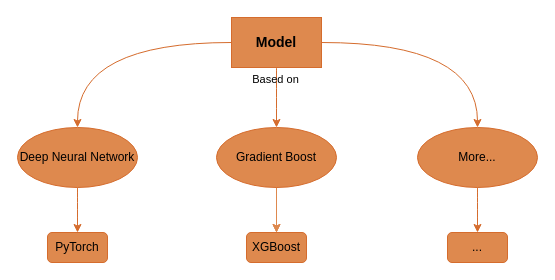
This is Draw.io/Team-10 Models based on DL and XGBoost.drawio from kang-theo/Storage, a draw.io file, before an edit. Source tidied: cells renumbered, new cells numbered last; positions are measured from the earlier drawing's top-left corner, leaving out a move shared by most shapes. Both pictures are drawn from the tidied source at 100%, with x=0, y=0 at pixel (17, 17).
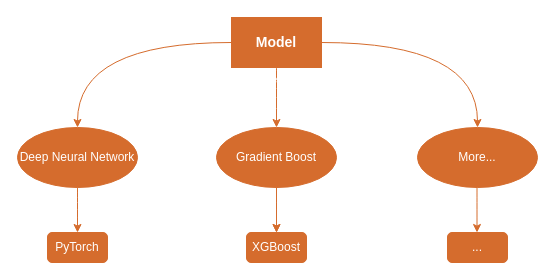
The same page after the edit.

Diff of the diagram source:
```diff
@@
 <mxGraphModel>
   <root>
     <mxCell id="0" />
     <mxCell id="1" parent="0" />
-    <mxCell id="2" style="edgeStyle=orthogonalEdgeStyle;rounded=0;jettySize=auto;html=1;fillColor=#De894E;strokeColor=#D56C2D;curved=1;" parent="1" edge="1" source="5" target="7">
+    <mxCell id="2" style="edgeStyle=orthogonalEdgeStyle;rounded=0;jettySize=auto;html=1;fillColor=#De894E;strokeColor=#D56C2D;curved=1;exitX=0;exitY=0.5;exitDx=0;exitDy=0;fontColor=#FFFFFF;" parent="1" edge="1" source="5" target="7">
       <mxGeometry relative="1" as="geometry" />
     </mxCell>
-    <mxCell id="3" style="edgeStyle=orthogonalEdgeStyle;rounded=0;jettySize=auto;html=1;fillColor=#De894E;strokeColor=#D56C2D;curved=1;" parent="1" edge="1" source="5" target="10">
+    <mxCell id="3" style="edgeStyle=orthogonalEdgeStyle;rounded=0;jettySize=auto;html=1;fillColor=#De894E;strokeColor=#D56C2D;curved=1;exitX=0.5;exitY=1;exitDx=0;exitDy=0;fontColor=#FFFFFF;" parent="1" edge="1" source="5" target="10">
       <mxGeometry relative="1" as="geometry" />
     </mxCell>
-    <mxCell id="4" value="Based on" style="edgeLabel;align=center;verticalAlign=middle;labelBorderColor=none;html=1;labelBackgroundColor=none;fillColor=#De894E;fontColor=default;" parent="3" vertex="1">
+    <mxCell id="4" value="Based on" style="edgeLabel;align=center;verticalAlign=middle;labelBorderColor=none;html=1;labelBackgroundColor=none;fillColor=#De894E;fontColor=#FFFFFF;" parent="3" vertex="1">
       <mxGeometry x="-0.68" y="1" relative="1" as="geometry">
         <mxPoint x="-3" y="1" as="offset" />
       </mxGeometry>
     </mxCell>
-    <mxCell id="5" value="&lt;h3&gt;Model&lt;/h3&gt;" style="rounded=0;whiteSpace=wrap;html=1;fillColor=#De894E;fontColor=#000000;strokeColor=#D56C2D;" parent="1" vertex="1">
-      <mxGeometry x="214" width="90" height="50" as="geometry" />
-    </mxCell>
-    <mxCell id="6" style="edgeStyle=orthogonalEdgeStyle;rounded=0;jettySize=auto;html=1;fillColor=#De894E;strokeColor=#D56C2D;curved=1;" parent="1" edge="1" source="7" target="11">
+    <mxCell id="6" style="edgeStyle=orthogonalEdgeStyle;rounded=0;jettySize=auto;html=1;fillColor=#De894E;strokeColor=#D56C2D;curved=1;fontColor=#FFFFFF;" parent="1" edge="1" source="7" target="11">
       <mxGeometry relative="1" as="geometry" />
     </mxCell>
-    <mxCell id="7" value="Deep Neural Network" style="ellipse;whiteSpace=wrap;html=1;rounded=0;fillColor=#De894E;fontColor=#000000;strokeColor=#D56C2D;" parent="1" vertex="1">
+    <mxCell id="7" value="Deep Neural Network" style="ellipse;whiteSpace=wrap;html=1;rounded=0;fillColor=#D56C2D;fontColor=#FFFFFF;strokeColor=#D56C2D;" parent="1" vertex="1">
       <mxGeometry y="110" width="120" height="60" as="geometry" />
     </mxCell>
-    <mxCell id="8" style="edgeStyle=orthogonalEdgeStyle;rounded=0;jettySize=auto;html=1;fillColor=#De894E;strokeColor=#D56C2D;curved=1;" parent="1" edge="1" source="10" target="12">
+    <mxCell id="8" style="edgeStyle=orthogonalEdgeStyle;rounded=0;jettySize=auto;html=1;fillColor=#De894E;strokeColor=#D56C2D;curved=1;fontColor=#FFFFFF;" parent="1" edge="1" source="10" target="12">
       <mxGeometry relative="1" as="geometry" />
     </mxCell>
-    <mxCell id="9" style="edgeStyle=orthogonalEdgeStyle;curved=1;jettySize=auto;html=1;strokeColor=#DE894E;" parent="1" edge="1" source="10" target="12">
+    <mxCell id="9" style="edgeStyle=orthogonalEdgeStyle;curved=1;jettySize=auto;html=1;strokeColor=#D56C2D;fontColor=#FFFFFF;" parent="1" edge="1" source="10" target="12">
       <mxGeometry relative="1" as="geometry" />
     </mxCell>
-    <mxCell id="10" value="Gradient Boost" style="ellipse;whiteSpace=wrap;html=1;rounded=0;fillColor=#De894E;fontColor=#000000;strokeColor=#D56C2D;" parent="1" vertex="1">
+    <mxCell id="10" value="Gradient Boost" style="ellipse;whiteSpace=wrap;html=1;rounded=0;fillColor=#D56C2D;fontColor=#FFFFFF;strokeColor=#D56C2D;" parent="1" vertex="1">
       <mxGeometry x="199" y="110" width="120" height="60" as="geometry" />
     </mxCell>
-    <mxCell id="11" value="PyTorch" style="text;html=1;strokeColor=#D56C2D;fillColor=#De894E;align=center;verticalAlign=middle;whiteSpace=wrap;rounded=1;fontColor=#000000;shadow=0;glass=0;" parent="1" vertex="1">
+    <mxCell id="11" value="PyTorch" style="text;html=1;strokeColor=#D56C2D;fillColor=#D56C2D;align=center;verticalAlign=middle;whiteSpace=wrap;rounded=1;fontColor=#FFFFFF;shadow=0;glass=0;" parent="1" vertex="1">
       <mxGeometry x="30" y="215" width="60" height="30" as="geometry" />
     </mxCell>
-    <mxCell id="12" value="XGBoost" style="text;html=1;strokeColor=#D56C2D;fillColor=#De894E;align=center;verticalAlign=middle;whiteSpace=wrap;rounded=1;fontColor=#000000;" parent="1" vertex="1">
+    <mxCell id="12" value="XGBoost" style="text;html=1;strokeColor=#D56C2D;fillColor=#D56C2D;align=center;verticalAlign=middle;whiteSpace=wrap;rounded=1;fontColor=#FFFFFF;" parent="1" vertex="1">
       <mxGeometry x="229" y="215" width="60" height="30" as="geometry" />
     </mxCell>
+    <mxCell id="16" style="edgeStyle=orthogonalEdgeStyle;rounded=0;jettySize=auto;html=1;fillColor=#De894E;strokeColor=#D56C2D;curved=1;exitX=1;exitY=0.5;exitDx=0;exitDy=0;entryX=0.5;entryY=0;entryDx=0;entryDy=0;fontColor=#FFFFFF;" parent="1" edge="1" source="5" target="13">
+      <mxGeometry relative="1" as="geometry" />
+    </mxCell>
+    <mxCell id="5" value="&lt;h3&gt;Model&lt;/h3&gt;" style="rounded=0;whiteSpace=wrap;html=1;fillColor=#D56C2D;fontColor=#FFFFFF;strokeColor=#D56C2D;" parent="1" vertex="1">
+      <mxGeometry x="214" width="90" height="50" as="geometry" />
+    </mxCell>
-    <mxCell id="13" value="More..." style="ellipse;whiteSpace=wrap;html=1;rounded=0;fillColor=#De894E;fontColor=#000000;strokeColor=#D56C2D;" parent="1" vertex="1">
+    <mxCell id="13" value="More..." style="ellipse;whiteSpace=wrap;html=1;rounded=0;fillColor=#D56C2D;fontColor=#FFFFFF;strokeColor=#D56C2D;" parent="1" vertex="1">
       <mxGeometry x="400" y="110" width="120" height="60" as="geometry" />
     </mxCell>
-    <mxCell id="14" value="..." style="text;html=1;strokeColor=#D56C2D;fillColor=#De894E;align=center;verticalAlign=middle;whiteSpace=wrap;rounded=1;fontColor=#000000;" parent="1" vertex="1">
+    <mxCell id="14" value="..." style="text;html=1;strokeColor=#D56C2D;fillColor=#D56C2D;align=center;verticalAlign=middle;whiteSpace=wrap;rounded=1;fontColor=#FFFFFF;" parent="1" vertex="1">
       <mxGeometry x="430" y="215" width="60" height="30" as="geometry" />
     </mxCell>
-    <mxCell id="15" style="edgeStyle=orthogonalEdgeStyle;rounded=0;jettySize=auto;html=1;fillColor=#De894E;strokeColor=#D56C2D;curved=1;exitX=0.5;exitY=1;exitDx=0;exitDy=0;entryX=0.5;entryY=0;entryDx=0;entryDy=0;" parent="1" edge="1" source="13" target="14">
-      <mxGeometry relative="1" as="geometry" />
-    </mxCell>
-    <mxCell id="16" style="edgeStyle=orthogonalEdgeStyle;rounded=0;jettySize=auto;html=1;fillColor=#De894E;strokeColor=#D56C2D;curved=1;exitX=1;exitY=0.5;exitDx=0;exitDy=0;entryX=0.5;entryY=0;entryDx=0;entryDy=0;" parent="1" edge="1" source="5" target="13">
-      <mxGeometry relative="1" as="geometry" />
-    </mxCell>
+    <mxCell id="17" style="edgeStyle=orthogonalEdgeStyle;curved=1;orthogonalLoop=1;jettySize=auto;html=1;strokeColor=#D56C2D;fontColor=#FFFFFF;" parent="1" edge="1">
+      <mxGeometry relative="1" as="geometry">
+        <mxPoint x="459.5" y="170" as="sourcePoint" />
+        <mxPoint x="459.5" y="215" as="targetPoint" />
+      </mxGeometry>
+    </mxCell>
   </root>
 </mxGraphModel>
```
